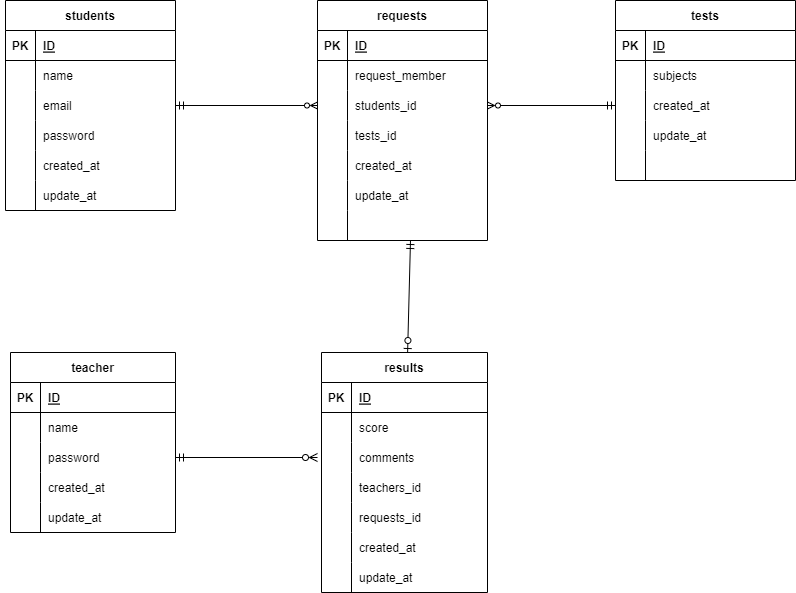
Earlier version of the draw.io export 20221204_オダ.drawio.png (kazuyukiluck/20221204kadai). Source tidied: cells renumbered, new cells last; positions are measured from the earlier drawing's top-left corner, leaving out a move shared by most shapes.
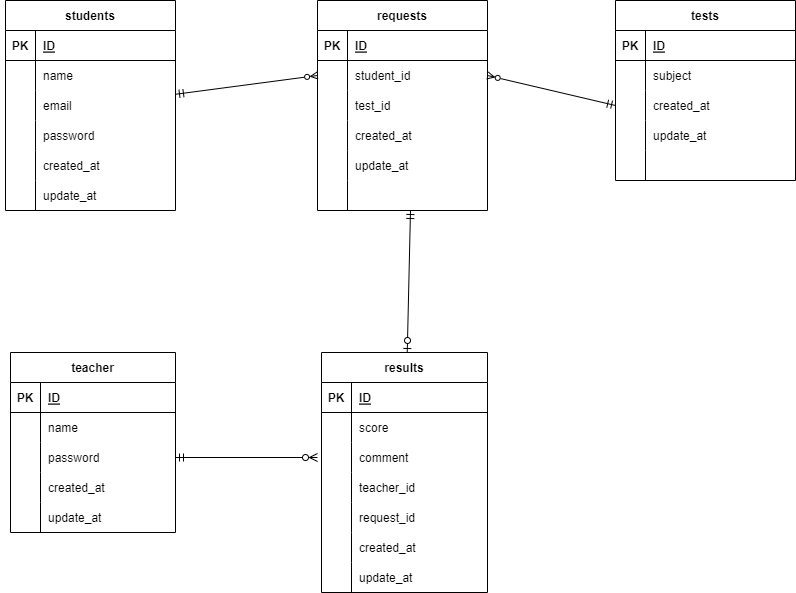
The same diagram one commit later.

Diff of the diagram source:
```diff
@@ -80,7 +80,7 @@
     <mxCell id="27" style="shape=partialRectangle;fillColor=none;top=0;left=0;bottom=0;right=0;overflow=hidden;" parent="26" vertex="1">
       <mxGeometry width="30" height="30" as="geometry" />
     </mxCell>
-    <mxCell id="28" value="subjects" style="shape=partialRectangle;fillColor=none;top=0;left=0;bottom=0;right=0;align=left;spacingLeft=6;overflow=hidden;" parent="26" vertex="1">
+    <mxCell id="28" value="subject" style="shape=partialRectangle;fillColor=none;top=0;left=0;bottom=0;right=0;align=left;spacingLeft=6;overflow=hidden;" parent="26" vertex="1">
       <mxGeometry x="30" width="150" height="30" as="geometry" />
     </mxCell>
     <mxCell id="29" style="shape=partialRectangle;fillColor=none;top=0;left=0;bottom=0;right=0;points=[[0,0.5],[1,0.5]];portConstraint=eastwest;" parent="22" vertex="1">
@@ -194,7 +194,7 @@
     <mxCell id="65" style="shape=partialRectangle;fillColor=none;top=0;left=0;bottom=0;right=0;overflow=hidden;" parent="64" vertex="1">
       <mxGeometry width="30" height="30" as="geometry" />
     </mxCell>
-    <mxCell id="66" value="comments" style="shape=partialRectangle;fillColor=none;top=0;left=0;bottom=0;right=0;align=left;spacingLeft=6;overflow=hidden;" parent="64" vertex="1">
+    <mxCell id="66" value="comment" style="shape=partialRectangle;fillColor=none;top=0;left=0;bottom=0;right=0;align=left;spacingLeft=6;overflow=hidden;" parent="64" vertex="1">
       <mxGeometry x="30" width="136" height="30" as="geometry" />
     </mxCell>
     <mxCell id="67" style="shape=partialRectangle;fillColor=none;top=0;left=0;bottom=0;right=0;" parent="57" vertex="1">
@@ -203,7 +203,7 @@
     <mxCell id="68" style="shape=partialRectangle;fillColor=none;top=0;left=0;bottom=0;right=0;overflow=hidden;" parent="67" vertex="1">
       <mxGeometry width="30" height="30" as="geometry" />
     </mxCell>
-    <mxCell id="69" value="teachers_id" style="shape=partialRectangle;fillColor=none;top=0;left=0;bottom=0;right=0;align=left;spacingLeft=6;overflow=hidden;" parent="67" vertex="1">
+    <mxCell id="69" value="teacher_id" style="shape=partialRectangle;fillColor=none;top=0;left=0;bottom=0;right=0;align=left;spacingLeft=6;overflow=hidden;" parent="67" vertex="1">
       <mxGeometry x="30" width="136" height="30" as="geometry" />
     </mxCell>
     <mxCell id="70" style="shape=partialRectangle;fillColor=none;top=0;left=0;bottom=0;right=0;" parent="57" vertex="1">
@@ -212,7 +212,7 @@
     <mxCell id="71" style="shape=partialRectangle;fillColor=none;top=0;left=0;bottom=0;right=0;overflow=hidden;" parent="70" vertex="1">
       <mxGeometry width="30" height="30" as="geometry" />
     </mxCell>
-    <mxCell id="72" value="requests_id" style="shape=partialRectangle;fillColor=none;top=0;left=0;bottom=0;right=0;align=left;spacingLeft=6;overflow=hidden;" parent="70" vertex="1">
+    <mxCell id="72" value="request_id" style="shape=partialRectangle;fillColor=none;top=0;left=0;bottom=0;right=0;align=left;spacingLeft=6;overflow=hidden;" parent="70" vertex="1">
       <mxGeometry x="30" width="136" height="30" as="geometry" />
     </mxCell>
     <mxCell id="73" style="shape=partialRectangle;fillColor=none;top=0;left=0;bottom=0;right=0;" parent="57" vertex="1">
@@ -238,11 +238,11 @@
         <mxPoint x="312" y="457" as="targetPoint" />
       </mxGeometry>
     </mxCell>
-    <mxCell id="80" style="edgeStyle=none;html=1;entryX=0;entryY=0.5;entryDx=0;entryDy=0;startArrow=ERzeroToMany;startFill=0;endArrow=ERmandOne;endFill=0;" parent="1" edge="1" source="81" target="x">
+    <mxCell id="80" style="edgeStyle=none;html=1;entryX=0;entryY=0.5;entryDx=0;entryDy=0;startArrow=ERzeroToMany;startFill=0;endArrow=ERmandOne;endFill=0;" parent="1" edge="1" source="81">
       <mxGeometry relative="1" as="geometry" />
     </mxCell>
     <mxCell id="81" value="requests" style="shape=table;startSize=30;rowLines=0;fontStyle=1;align=center;" parent="1" vertex="1">
-      <mxGeometry x="312" width="170" height="240" as="geometry" />
+      <mxGeometry x="312" width="170" height="210" as="geometry" />
     </mxCell>
     <mxCell id="82" style="shape=partialRectangle;fillColor=none;top=0;left=0;bottom=1;right=0;" parent="81" vertex="1">
       <mxGeometry y="30" width="170" height="30" as="geometry" />
@@ -253,35 +253,26 @@
     <mxCell id="84" value="ID" style="shape=partialRectangle;fillColor=none;top=0;left=0;bottom=0;right=0;align=left;spacingLeft=6;fontStyle=5;overflow=hidden;" parent="82" vertex="1">
       <mxGeometry x="30" width="140" height="30" as="geometry" />
     </mxCell>
-    <mxCell id="85" style="shape=partialRectangle;fillColor=none;top=0;left=0;bottom=0;right=0;" parent="81" vertex="1">
-      <mxGeometry y="60" width="170" height="30" as="geometry" />
-    </mxCell>
-    <mxCell id="86" style="shape=partialRectangle;fillColor=none;top=0;left=0;bottom=0;right=0;overflow=hidden;" parent="85" vertex="1">
-      <mxGeometry width="30" height="30" as="geometry" />
-    </mxCell>
-    <mxCell id="87" value="request_member" style="shape=partialRectangle;fillColor=none;top=0;left=0;bottom=0;right=0;align=left;spacingLeft=6;overflow=hidden;" parent="85" vertex="1">
-      <mxGeometry x="30" width="140" height="30" as="geometry" />
-    </mxCell>
     <mxCell id="88" style="shape=partialRectangle;fillColor=none;top=0;left=0;bottom=0;right=0;points=[[0,0.5],[1,0.5]];portConstraint=eastwest;" parent="81" vertex="1">
-      <mxGeometry y="90" width="170" height="30" as="geometry" />
+      <mxGeometry y="60" width="170" height="30" as="geometry" />
     </mxCell>
     <mxCell id="89" style="shape=partialRectangle;fillColor=none;top=0;left=0;bottom=0;right=0;overflow=hidden;strokeWidth=10;" parent="88" vertex="1">
       <mxGeometry width="30" height="30" as="geometry" />
     </mxCell>
-    <mxCell id="90" value="students_id" style="shape=partialRectangle;fillColor=none;top=0;left=0;bottom=0;right=0;align=left;spacingLeft=6;overflow=hidden;" parent="88" vertex="1">
+    <mxCell id="90" value="student_id" style="shape=partialRectangle;fillColor=none;top=0;left=0;bottom=0;right=0;align=left;spacingLeft=6;overflow=hidden;" parent="88" vertex="1">
       <mxGeometry x="30" width="140" height="30" as="geometry" />
     </mxCell>
     <mxCell id="91" style="shape=partialRectangle;fillColor=none;top=0;left=0;bottom=0;right=0;" parent="81" vertex="1">
-      <mxGeometry y="120" width="170" height="30" as="geometry" />
+      <mxGeometry y="90" width="170" height="30" as="geometry" />
     </mxCell>
     <mxCell id="92" style="shape=partialRectangle;fillColor=none;top=0;left=0;bottom=0;right=0;overflow=hidden;strokeWidth=10;" parent="91" vertex="1">
       <mxGeometry width="30" height="30" as="geometry" />
     </mxCell>
-    <mxCell id="93" value="tests_id" style="shape=partialRectangle;fillColor=none;top=0;left=0;bottom=0;right=0;align=left;spacingLeft=6;overflow=hidden;" parent="91" vertex="1">
+    <mxCell id="93" value="test_id" style="shape=partialRectangle;fillColor=none;top=0;left=0;bottom=0;right=0;align=left;spacingLeft=6;overflow=hidden;" parent="91" vertex="1">
       <mxGeometry x="30" width="140" height="30" as="geometry" />
     </mxCell>
     <mxCell id="94" style="shape=partialRectangle;fillColor=none;top=0;left=0;bottom=0;right=0;" parent="81" vertex="1">
-      <mxGeometry y="150" width="170" height="30" as="geometry" />
+      <mxGeometry y="120" width="170" height="30" as="geometry" />
     </mxCell>
     <mxCell id="95" style="shape=partialRectangle;fillColor=none;top=0;left=0;bottom=0;right=0;overflow=hidden;" parent="94" vertex="1">
       <mxGeometry width="30" height="30" as="geometry" />
@@ -290,7 +281,7 @@
       <mxGeometry x="30" width="140" height="30" as="geometry" />
     </mxCell>
     <mxCell id="97" style="shape=partialRectangle;fillColor=none;top=0;left=0;bottom=0;right=0;" parent="81" vertex="1">
-      <mxGeometry y="180" width="170" height="30" as="geometry" />
+      <mxGeometry y="150" width="170" height="30" as="geometry" />
     </mxCell>
     <mxCell id="98" value="&#10;&#10;&lt;span style=&quot;color: rgb(240, 240, 240); font-family: helvetica; font-size: 12px; font-style: normal; font-weight: 400; letter-spacing: normal; text-align: left; text-indent: 0px; text-transform: none; word-spacing: 0px; background-color: rgb(42, 42, 42); display: inline; float: none;&quot;&gt;update_at&lt;/span&gt;&#10;&#10;" style="shape=partialRectangle;fillColor=none;top=0;left=0;bottom=0;right=0;overflow=hidden;" parent="97" vertex="1">
       <mxGeometry width="30" height="30" as="geometry" />
@@ -299,7 +290,7 @@
       <mxGeometry x="30" width="140" height="30" as="geometry" />
     </mxCell>
     <mxCell id="100" style="shape=partialRectangle;fillColor=none;top=0;left=0;bottom=0;right=0;points=[[0,0.5],[1,0.5]];portConstraint=eastwest;" parent="81" vertex="1">
-      <mxGeometry y="210" width="170" height="30" as="geometry" />
+      <mxGeometry y="180" width="170" height="30" as="geometry" />
     </mxCell>
     <mxCell id="101" style="shape=partialRectangle;fillColor=none;top=0;left=0;bottom=0;right=0;overflow=hidden;" parent="100" vertex="1">
       <mxGeometry width="30" height="30" as="geometry" />
```
